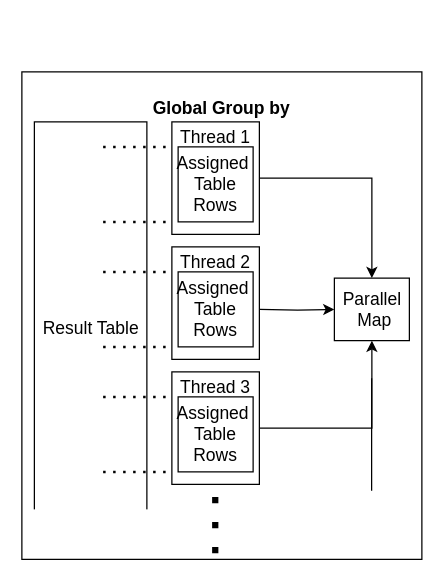
Earlier version of the draw.io diagram page "GlobalGroup" (5 of 7) of diagrams/QueryObjects.drawio (goramartin/BcThesisText). Source tidied: cells renumbered, new cells numbered last; positions are measured from the earlier drawing's top-left corner, leaving out a move shared by most shapes. Both pictures are drawn from the tidied source at 125%, with x=0, y=0 at pixel (21, 71).
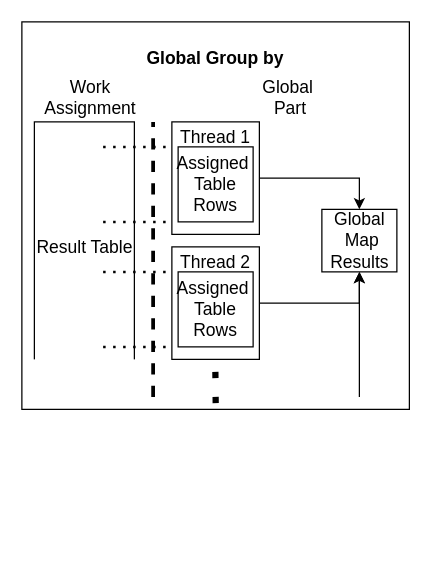
The same diagram, later.

The change refers to these unchanged cells:
```xml
<mxCell id="4" value="&lt;p style=&quot;margin: 4px 0px 0px; text-align: center; font-size: 14px;&quot;&gt;Thread 1&lt;/p&gt;" style="verticalAlign=top;align=left;overflow=fill;fontSize=14;fontFamily=CMU Serif;html=1;" parent="1" vertex="1">
  <mxGeometry x="120" y="40" width="70" height="90" as="geometry" />
</mxCell>
<mxCell id="10" value="&lt;p style=&quot;margin: 4px 0px 0px; text-align: center; font-size: 14px;&quot;&gt;Thread 2&lt;/p&gt;" style="verticalAlign=top;align=left;overflow=fill;fontSize=14;fontFamily=CMU Serif;html=1;" parent="1" vertex="1">
  <mxGeometry x="120" y="140" width="70" height="90" as="geometry" />
</mxCell>
```

The edit, as a diff of the source:
```diff
@@
     <mxCell id="2" value="&lt;p style=&quot;margin: 4px 0px 0px; text-align: center; font-size: 14px;&quot;&gt;&lt;br style=&quot;font-size: 14px;&quot;&gt;&lt;b style=&quot;font-size: 14px;&quot;&gt;Global Group by&lt;/b&gt;&lt;/p&gt;" style="verticalAlign=top;align=left;overflow=fill;fontSize=14;fontFamily=CMU Serif;html=1;" parent="1" vertex="1">
-      <mxGeometry width="320" height="390" as="geometry" />
+      <mxGeometry y="-40" width="310" height="310" as="geometry" />
     </mxCell>
     <mxCell id="3" style="edgeStyle=orthogonalEdgeStyle;rounded=0;jettySize=auto;html=1;fontFamily=CMU Serif;fontSize=14;strokeWidth=1;" parent="1" edge="1" source="4" target="7">
-      <mxGeometry relative="1" as="geometry" />
+      <mxGeometry relative="1" as="geometry">
+        <Array as="points">
+          <mxPoint x="270" y="85" />
+        </Array>
+      </mxGeometry>
     </mxCell>
@@
     <mxCell id="5" value="Result Table" style="html=1;fontSize=14;fontFamily=CMU Serif;" parent="1" vertex="1">
-      <mxGeometry x="10" y="40" width="90" height="330" as="geometry" />
+      <mxGeometry x="10" y="40" width="80" height="200" as="geometry" />
     </mxCell>
     <mxCell id="6" style="endArrow=none;dashed=1;html=1;dashPattern=1 3;strokeWidth=5;fontFamily=CMU Serif;fontSize=14;fontStyle=1;" parent="1" edge="1">
       <mxGeometry relative="1" as="geometry">
-        <mxPoint x="154.7" y="340" as="sourcePoint" />
-        <mxPoint x="154.7" y="390" as="targetPoint" />
+        <mxPoint x="154.8" y="240" as="sourcePoint" />
+        <mxPoint x="155.1" y="270" as="targetPoint" />
       </mxGeometry>
     </mxCell>
-    <mxCell id="7" value="Parallel&lt;br style=&quot;font-size: 14px;&quot;&gt;&amp;nbsp;Map" style="html=1;fontFamily=CMU Serif;fontSize=14;rotation=0;" parent="1" vertex="1">
-      <mxGeometry x="250" y="165" width="60" height="50" as="geometry" />
+    <mxCell id="7" value="Global&lt;br style=&quot;font-size: 14px&quot;&gt;&amp;nbsp;Map&lt;br&gt;Results" style="html=1;fontFamily=CMU Serif;fontSize=14;rotation=0;" parent="1" vertex="1">
+      <mxGeometry x="240" y="110" width="60" height="50" as="geometry" />
     </mxCell>
     <mxCell id="8" style="rounded=0;whiteSpace=wrap;html=1;strokeColor=none;fontSize=14;fontFamily=CMU Serif;" parent="1" vertex="1">
-      <mxGeometry x="5" y="350" width="100" height="30" as="geometry" />
+      <mxGeometry x="7.5" y="230" width="85" height="20" as="geometry" />
     </mxCell>
@@
+    <mxCell id="23" style="edgeStyle=orthogonalEdgeStyle;rounded=0;jettySize=auto;html=1;strokeWidth=1;" parent="1" edge="1" source="10" target="7">
+      <mxGeometry relative="1" as="geometry">
+        <Array as="points">
+          <mxPoint x="270" y="185" />
+        </Array>
+      </mxGeometry>
+    </mxCell>
@@
-    <mxCell id="11" style="edgeStyle=orthogonalEdgeStyle;rounded=0;jettySize=auto;html=1;fontSize=14;fontFamily=CMU Serif;" parent="1" edge="1" target="7">
-      <mxGeometry relative="1" as="geometry">
-        <mxPoint x="190" y="190" as="sourcePoint" />
-      </mxGeometry>
-    </mxCell>
@@
-    <mxCell id="13" style="edgeStyle=orthogonalEdgeStyle;rounded=0;jettySize=auto;html=1;fontSize=14;fontFamily=CMU Serif;" parent="1" edge="1" source="14" target="7">
+    <mxCell id="13" style="edgeStyle=orthogonalEdgeStyle;rounded=0;jettySize=auto;html=1;fontSize=14;fontFamily=CMU Serif;" parent="1" edge="1" target="7">
       <mxGeometry relative="1" as="geometry">
+        <mxPoint x="270" y="260" as="sourcePoint" />
         <Array as="points">
-          <mxPoint x="280" y="285" />
+          <mxPoint x="270" y="260" />
+          <mxPoint x="270" y="260" />
         </Array>
       </mxGeometry>
     </mxCell>
-    <mxCell id="14" value="&lt;p style=&quot;margin: 4px 0px 0px; text-align: center; font-size: 14px;&quot;&gt;Thread 3&lt;/p&gt;" style="verticalAlign=top;align=left;overflow=fill;fontSize=14;fontFamily=CMU Serif;html=1;" parent="1" vertex="1">
-      <mxGeometry x="120" y="240" width="70" height="90" as="geometry" />
-    </mxCell>
-    <mxCell id="15" value="Assigned&amp;nbsp;&lt;br style=&quot;font-size: 14px;&quot;&gt;Table Rows" style="rounded=0;whiteSpace=wrap;html=1;strokeColor=#000000;fontSize=14;fontFamily=CMU Serif;" parent="1" vertex="1">
-      <mxGeometry x="125" y="260" width="60" height="60" as="geometry" />
-    </mxCell>
-    <mxCell id="16" style="endArrow=none;html=1;fontSize=14;fontFamily=CMU Serif;" parent="1" edge="1">
-      <mxGeometry relative="1" as="geometry">
-        <mxPoint x="279.8" y="245" as="sourcePoint" />
-        <mxPoint x="279.8" y="335" as="targetPoint" />
-      </mxGeometry>
-    </mxCell>
@@
-    <mxCell id="21" style="endArrow=none;dashed=1;html=1;dashPattern=1 3;strokeWidth=2;fontSize=14;fontFamily=CMU Serif;" parent="1" edge="1">
-      <mxGeometry relative="1" as="geometry">
-        <mxPoint x="65" y="260" as="sourcePoint" />
-        <mxPoint x="115" y="260" as="targetPoint" />
-      </mxGeometry>
-    </mxCell>
-    <mxCell id="22" style="endArrow=none;dashed=1;html=1;dashPattern=1 3;strokeWidth=2;fontSize=14;fontFamily=CMU Serif;" parent="1" edge="1">
-      <mxGeometry relative="1" as="geometry">
-        <mxPoint x="65" y="320" as="sourcePoint" />
-        <mxPoint x="115" y="320" as="targetPoint" />
-      </mxGeometry>
-    </mxCell>
+    <mxCell id="24" value="Work&lt;br&gt;Assignment" style="text;html=1;strokeColor=none;fillColor=none;align=center;verticalAlign=middle;whiteSpace=wrap;rounded=0;fontSize=14;fontFamily=CMU Serif;" parent="1" vertex="1">
+      <mxGeometry x="30" y="10" width="50" height="20" as="geometry" />
+    </mxCell>
+    <mxCell id="25" value="Global&amp;nbsp;&lt;br&gt;Part" style="text;html=1;strokeColor=none;fillColor=none;align=center;verticalAlign=middle;whiteSpace=wrap;rounded=0;fontSize=14;fontFamily=CMU Serif;" parent="1" vertex="1">
+      <mxGeometry x="190" y="10" width="50" height="20" as="geometry" />
+    </mxCell>
+    <mxCell id="26" style="endArrow=none;dashed=1;html=1;strokeWidth=3;fontSize=14;fontFamily=CMU Serif;" parent="1" edge="1">
+      <mxGeometry relative="1" as="geometry">
+        <mxPoint x="105" y="260" as="sourcePoint" />
+        <mxPoint x="105" y="40" as="targetPoint" />
+      </mxGeometry>
+    </mxCell>
```
